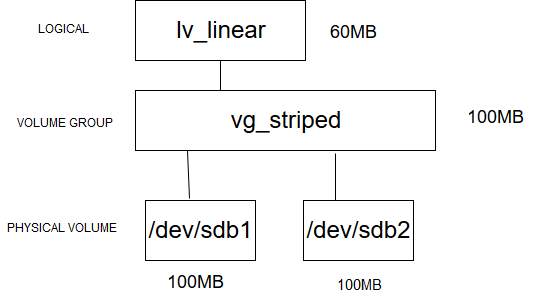
This is Linux/LVM/img/LV_10.png from nthung98/Tong_Hop_Note, a draw.io export, as it was before one commit. Source tidied: cells renumbered, new cells last; positions are measured from the earlier drawing's top-left corner, leaving out a move shared by most shapes.
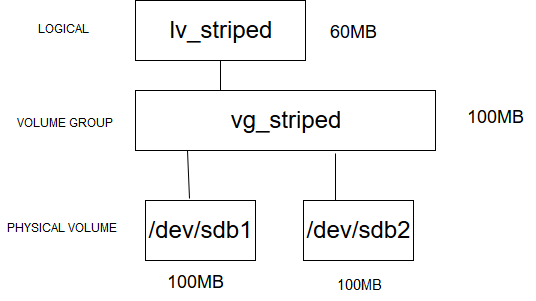
After the change.

The edit, as a diff of the source:
```diff
@@ -2,7 +2,7 @@
   <root>
     <mxCell id="0" />
     <mxCell id="1" parent="0" />
-    <mxCell id="2" value="&lt;font style=&quot;font-size: 24px&quot;&gt;lv_linear&lt;/font&gt;" style="rounded=0;whiteSpace=wrap;html=1;" parent="1" vertex="1">
+    <mxCell id="2" value="&lt;font style=&quot;font-size: 24px&quot;&gt;lv_striped&lt;/font&gt;" style="rounded=0;whiteSpace=wrap;html=1;" parent="1" vertex="1">
       <mxGeometry x="135" width="170" height="60" as="geometry" />
     </mxCell>
     <mxCell id="3" value="&lt;font style=&quot;font-size: 24px&quot;&gt;vg_striped&lt;/font&gt;" style="rounded=0;whiteSpace=wrap;html=1;" parent="1" vertex="1">
```
